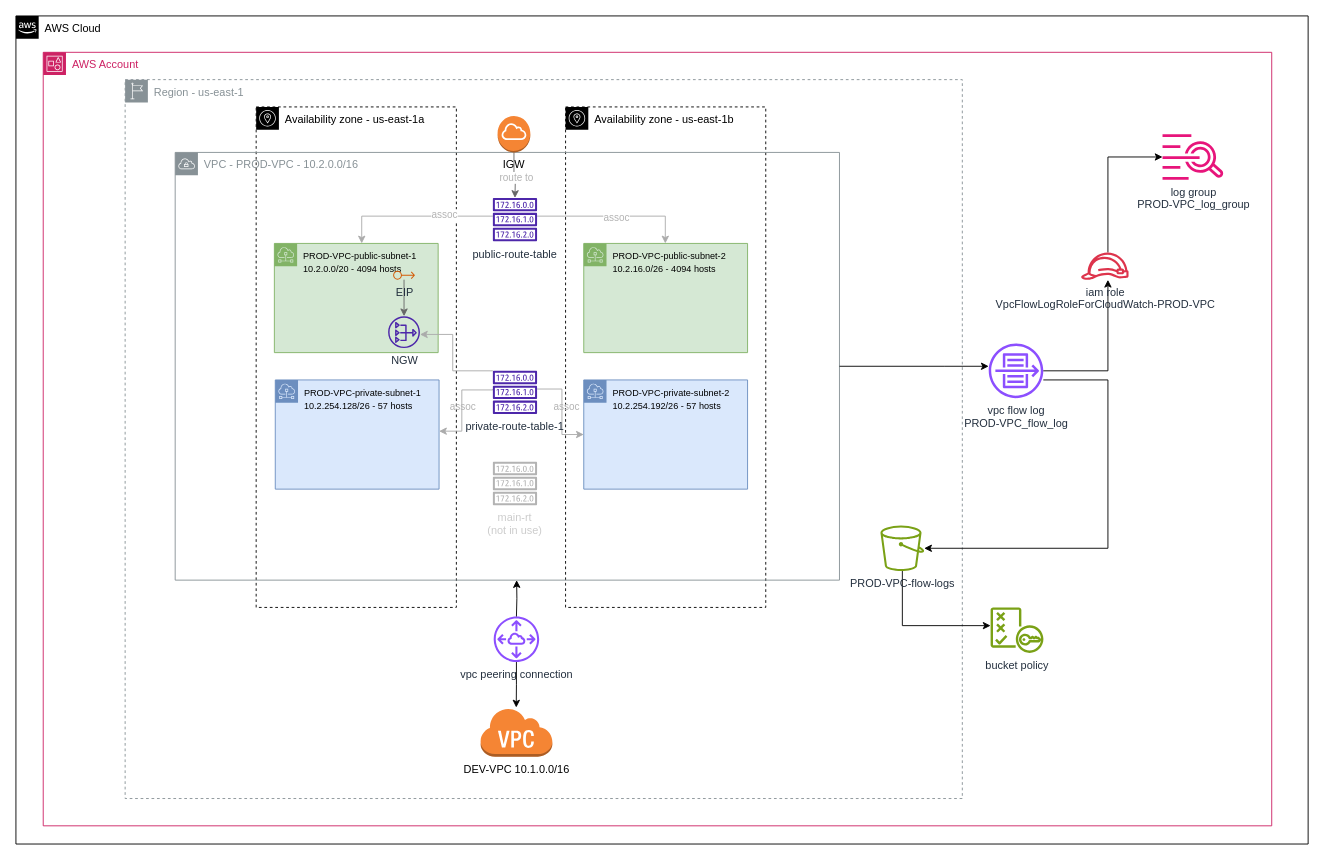
Before: 0008_-_create_a_vpc_for_production/0008_diagram.drawio in kingparra/procore-internship, a draw.io diagram. Source tidied: cells renumbered, new cells numbered last; positions are measured from the earlier drawing's top-left corner, leaving out a move shared by most shapes. Both pictures are drawn from the tidied source at 91%, with x=0, y=0 at pixel (15, 15).
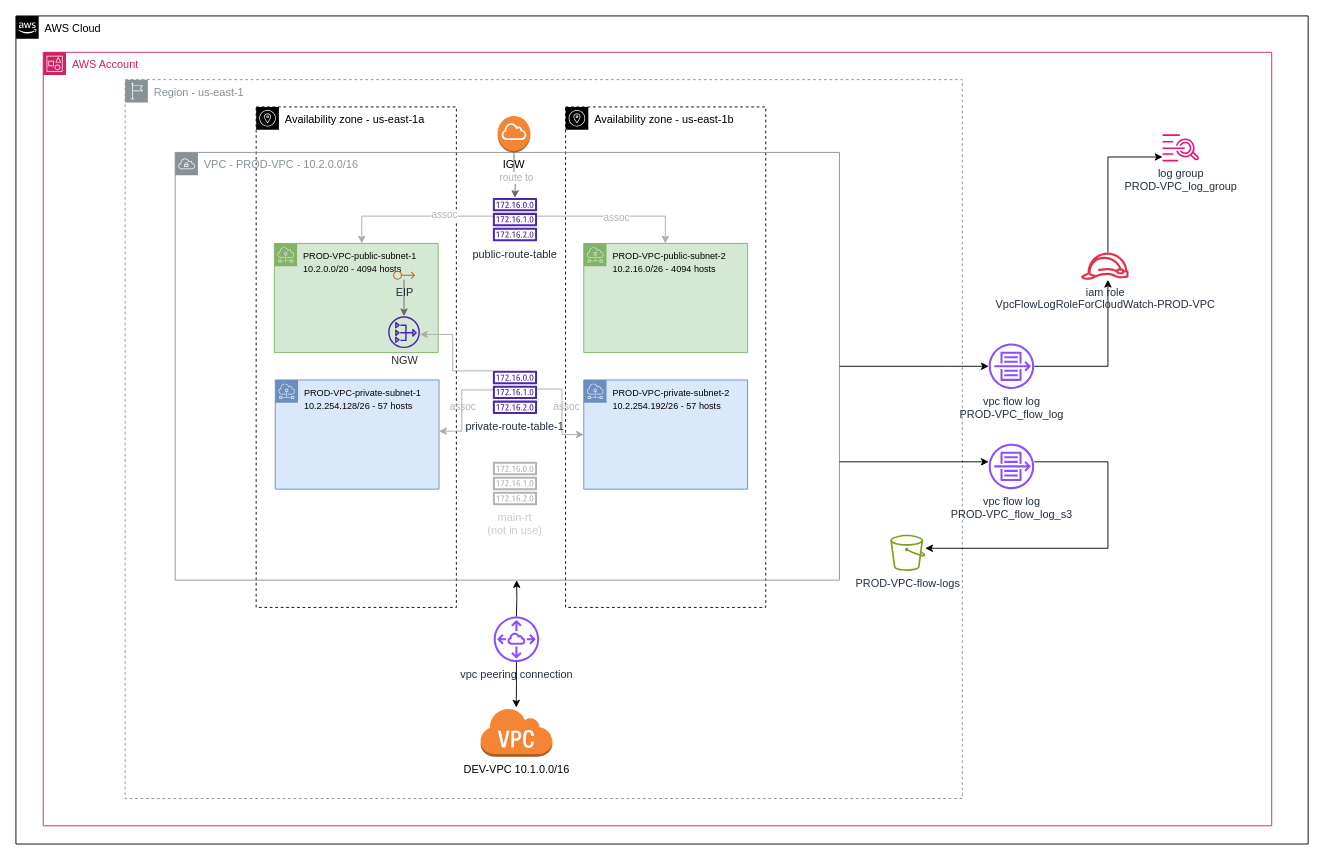
The same page after the edit.

Commit message (it also covers changes not shown here):
Set up vpc flow logs and update diagram 0008

The change refers to these unchanged cells:
```xml
<mxCell id="8" value="VPC - PROD-VPC - 10.2.0.0/16" style="sketch=0;outlineConnect=0;gradientColor=none;html=1;whiteSpace=wrap;fontSize=12;fontStyle=0;shape=mxgraph.aws4.group;grIcon=mxgraph.aws4.group_vpc;strokeColor=#879196;fillColor=none;verticalAlign=top;align=left;spacingLeft=30;fontColor=#879196;dashed=0;" parent="7" vertex="1">
  <mxGeometry x="175" y="150" width="730" height="470" as="geometry" />
</mxCell>
<mxCell id="45" value="iam role&lt;br&gt;VpcFlowLogRoleForCloudWatch-PROD-VPC" style="sketch=0;outlineConnect=0;fontColor=#232F3E;gradientColor=none;fillColor=#DD344C;strokeColor=none;dashed=0;verticalLabelPosition=bottom;verticalAlign=top;align=center;html=1;fontSize=12;fontStyle=0;shape=mxgraph.aws4.role;" parent="39" vertex="1">
  <mxGeometry x="1170" y="260" width="53.2" height="30" as="geometry" />
</mxCell>
```

The edit, as a diff of the source:
```diff
@@
     <mxCell id="41" value="vpc flow log&lt;br&gt;PROD-VPC_flow_log" style="sketch=0;outlineConnect=0;fontColor=#232F3E;gradientColor=none;fillColor=#8C4FFF;strokeColor=none;dashed=0;verticalLabelPosition=bottom;verticalAlign=top;align=center;html=1;fontSize=12;fontStyle=0;shape=mxgraph.aws4.flow_logs;" parent="39" vertex="1">
-      <mxGeometry x="1069" y="360" width="60" height="60" as="geometry" />
+      <mxGeometry x="1069" y="360" width="50" height="50" as="geometry" />
     </mxCell>
     <mxCell id="42" value="log group&lt;br&gt;PROD-VPC_log_group" style="sketch=0;outlineConnect=0;fontColor=#232F3E;gradientColor=none;fillColor=#E7157B;strokeColor=none;dashed=0;verticalLabelPosition=bottom;verticalAlign=top;align=center;html=1;fontSize=12;fontStyle=0;shape=mxgraph.aws4.cloudwatch_logs;" parent="39" vertex="1">
-      <mxGeometry x="1260" y="130" width="67.2" height="50" as="geometry" />
+      <mxGeometry x="1260" y="130" width="40.3" height="30" as="geometry" />
     </mxCell>
     <mxCell id="43" style="edgeStyle=orthogonalEdgeStyle;rounded=0;jettySize=auto;html=1;" parent="39" edge="1" source="41" target="45">
       <mxGeometry relative="1" as="geometry">
         <Array as="points">
-          <mxPoint x="1200" y="390" />
+          <mxPoint x="1200" y="385" />
         </Array>
       </mxGeometry>
     </mxCell>
@@
-    <mxCell id="46" style="edgeStyle=orthogonalEdgeStyle;rounded=0;jettySize=auto;html=1;" parent="39" edge="1" source="47" target="49">
-      <mxGeometry relative="1" as="geometry">
-        <Array as="points">
-          <mxPoint x="974" y="670" />
-        </Array>
-      </mxGeometry>
-    </mxCell>
     <mxCell id="47" value="PROD-VPC-flow-logs" style="sketch=0;outlineConnect=0;fontColor=#232F3E;gradientColor=none;fillColor=#7AA116;strokeColor=none;dashed=0;verticalLabelPosition=bottom;verticalAlign=top;align=center;html=1;fontSize=12;fontStyle=0;shape=mxgraph.aws4.bucket;" parent="39" vertex="1">
-      <mxGeometry x="950" y="560" width="48.1" height="50" as="geometry" />
+      <mxGeometry x="960.8" y="570" width="38.5" height="40" as="geometry" />
     </mxCell>
-    <mxCell id="48" style="edgeStyle=orthogonalEdgeStyle;rounded=0;jettySize=auto;html=1;" parent="39" edge="1" source="41" target="47">
+    <mxCell id="48" style="edgeStyle=orthogonalEdgeStyle;rounded=0;jettySize=auto;html=1;" parent="39" edge="1" source="50" target="47">
       <mxGeometry relative="1" as="geometry">
         <Array as="points">
-          <mxPoint x="1200" y="400" />
+          <mxPoint x="1200" y="490" />
           <mxPoint x="1200" y="585" />
         </Array>
       </mxGeometry>
     </mxCell>
-    <mxCell id="49" value="bucket policy" style="sketch=0;outlineConnect=0;fontColor=#232F3E;gradientColor=none;fillColor=#7AA116;strokeColor=none;dashed=0;verticalLabelPosition=bottom;verticalAlign=top;align=center;html=1;fontSize=12;fontStyle=0;shape=mxgraph.aws4.policy;" parent="39" vertex="1">
-      <mxGeometry x="1071" y="650" width="58.2" height="50" as="geometry" />
-    </mxCell>
+    <mxCell id="50" value="vpc flow log&lt;br&gt;PROD-VPC_flow_log_s3" style="sketch=0;outlineConnect=0;fontColor=#232F3E;gradientColor=none;fillColor=#8C4FFF;strokeColor=none;dashed=0;verticalLabelPosition=bottom;verticalAlign=top;align=center;html=1;fontSize=12;fontStyle=0;shape=mxgraph.aws4.flow_logs;" parent="39" vertex="1">
+      <mxGeometry x="1069" y="470" width="50" height="50" as="geometry" />
+    </mxCell>
+    <mxCell id="51" style="edgeStyle=orthogonalEdgeStyle;rounded=0;jettySize=auto;html=1;" parent="39" edge="1" source="8" target="50">
+      <mxGeometry relative="1" as="geometry">
+        <Array as="points">
+          <mxPoint x="950" y="490" />
+          <mxPoint x="950" y="490" />
+        </Array>
+      </mxGeometry>
+    </mxCell>
```
